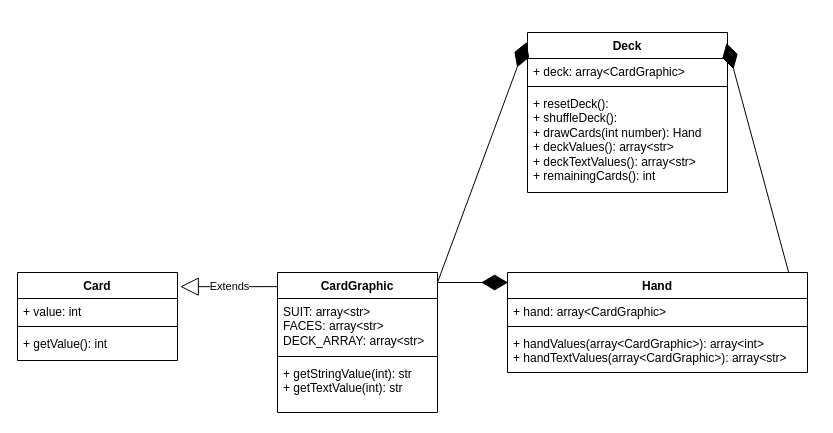
Above: card.drawio in dougherty-dev/mvc (draw.io), before the change. Source tidied: cells renumbered, new cells numbered last; positions are measured from the earlier drawing's top-left corner, leaving out a move shared by most shapes. Both pictures are drawn from the tidied source at 100%, with x=0, y=0 at pixel (17, 32).
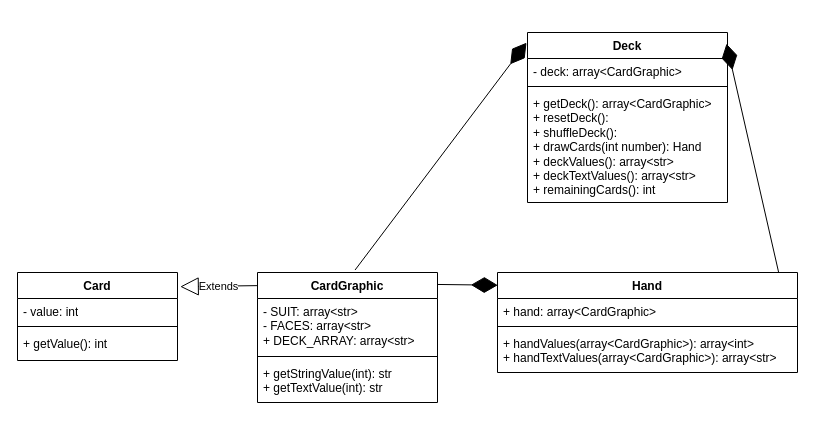
The same diagram, later.

Unchanged cells that the change refers to:
```xml
<mxCell id="2" value="Card" style="swimlane;fontStyle=1;align=center;verticalAlign=top;horizontal=1;startSize=26;whiteSpace=wrap;html=1;" parent="1" vertex="1">
  <mxGeometry y="240" width="160" height="88" as="geometry" />
</mxCell>
```

Change to the diagram source:
```diff
@@
-    <mxCell id="3" value="&lt;div&gt;&lt;span style=&quot;background-color: transparent; color: light-dark(rgb(0, 0, 0), rgb(255, 255, 255));&quot;&gt;+ value: int&lt;/span&gt;&lt;/div&gt;" style="text;strokeColor=none;fillColor=none;align=left;verticalAlign=top;spacingLeft=4;spacingRight=4;overflow=hidden;whiteSpace=wrap;html=1;" parent="2" vertex="1">
-      <mxGeometry y="26" width="160" height="24" as="geometry" />
-    </mxCell>
+    <mxCell id="22" value="&lt;div&gt;&lt;span style=&quot;background-color: transparent; color: light-dark(rgb(0, 0, 0), rgb(255, 255, 255));&quot;&gt;- value: int&lt;/span&gt;&lt;/div&gt;" style="text;strokeColor=none;fillColor=none;align=left;verticalAlign=top;spacingLeft=4;spacingRight=4;overflow=hidden;whiteSpace=wrap;html=1;" parent="2" vertex="1">
+      <mxGeometry y="26" width="160" height="24" as="geometry" />
+    </mxCell>
@@
     <mxCell id="6" value="CardGraphic" style="swimlane;fontStyle=1;align=center;verticalAlign=top;horizontal=1;startSize=26;whiteSpace=wrap;html=1;" parent="1" vertex="1">
-      <mxGeometry x="260" y="240" width="160" height="140" as="geometry" />
+      <mxGeometry x="240" y="240" width="180" height="130" as="geometry" />
     </mxCell>
-    <mxCell id="7" value="SUIT: array&amp;lt;str&amp;gt;&lt;div&gt;FACES: array&amp;lt;str&amp;gt;&lt;/div&gt;&lt;div&gt;DECK_ARRAY: array&amp;lt;str&amp;gt;&lt;/div&gt;" style="text;strokeColor=none;fillColor=none;align=left;verticalAlign=top;spacingLeft=4;spacingRight=4;overflow=hidden;whiteSpace=wrap;html=1;" parent="6" vertex="1">
-      <mxGeometry y="26" width="160" height="54" as="geometry" />
-    </mxCell>
-    <mxCell id="8" style="line;strokeWidth=1;fillColor=none;align=left;verticalAlign=middle;spacingTop=-1;spacingLeft=3;spacingRight=3;labelPosition=right;strokeColor=inherit;" parent="6" vertex="1">
-      <mxGeometry y="80" width="160" height="8" as="geometry" />
-    </mxCell>
+    <mxCell id="23" value="- SUIT: array&amp;lt;str&amp;gt;&lt;div&gt;- FACES: array&amp;lt;str&amp;gt;&lt;/div&gt;&lt;div&gt;+ DECK_ARRAY: array&amp;lt;str&amp;gt;&lt;/div&gt;" style="text;strokeColor=none;fillColor=none;align=left;verticalAlign=top;spacingLeft=4;spacingRight=4;overflow=hidden;whiteSpace=wrap;html=1;" parent="6" vertex="1">
+      <mxGeometry y="26" width="180" height="54" as="geometry" />
+    </mxCell>
+    <mxCell id="24" style="line;strokeWidth=1;fillColor=none;align=left;verticalAlign=middle;spacingTop=-1;spacingLeft=3;spacingRight=3;labelPosition=right;strokeColor=inherit;" parent="6" vertex="1">
+      <mxGeometry y="80" width="180" height="8" as="geometry" />
+    </mxCell>
     <mxCell id="9" value="+ getStringValue(int): str&lt;div&gt;+ getTextValue(int): str&lt;/div&gt;" style="text;strokeColor=none;fillColor=none;align=left;verticalAlign=top;spacingLeft=4;spacingRight=4;overflow=hidden;whiteSpace=wrap;html=1;" parent="6" vertex="1">
-      <mxGeometry y="88" width="160" height="52" as="geometry" />
+      <mxGeometry y="88" width="180" height="42" as="geometry" />
     </mxCell>
     <mxCell id="10" value="Hand" style="swimlane;fontStyle=1;align=center;verticalAlign=top;horizontal=1;startSize=26;whiteSpace=wrap;html=1;" parent="1" vertex="1">
-      <mxGeometry x="490" y="240" width="300" height="100" as="geometry" />
+      <mxGeometry x="480" y="240" width="300" height="100" as="geometry" />
     </mxCell>
@@
-    <mxCell id="14" style="endArrow=diamondThin;endFill=1;endSize=24;html=1;rounded=0;entryX=0.002;entryY=0.1;entryDx=0;entryDy=0;entryPerimeter=0;" parent="1" edge="1" target="10">
-      <mxGeometry relative="1" as="geometry">
-        <mxPoint x="420" y="250" as="sourcePoint" />
-      </mxGeometry>
-    </mxCell>
+    <mxCell id="25" style="endArrow=diamondThin;endFill=1;endSize=24;html=1;rounded=0;exitX=0.998;exitY=0.092;exitDx=0;exitDy=0;exitPerimeter=0;entryX=0.001;entryY=0.127;entryDx=0;entryDy=0;entryPerimeter=0;" parent="1" edge="1" source="6" target="10">
+      <mxGeometry relative="1" as="geometry" />
+    </mxCell>
     <mxCell id="15" value="Deck" style="swimlane;fontStyle=1;align=center;verticalAlign=top;horizontal=1;startSize=26;whiteSpace=wrap;html=1;" parent="1" vertex="1">
-      <mxGeometry x="510" width="200" height="160" as="geometry" />
+      <mxGeometry x="510" width="200" height="170" as="geometry" />
     </mxCell>
-    <mxCell id="16" value="+ deck: array&amp;lt;CardGraphic&amp;gt;" style="text;strokeColor=none;fillColor=none;align=left;verticalAlign=top;spacingLeft=4;spacingRight=4;overflow=hidden;whiteSpace=wrap;html=1;" parent="15" vertex="1">
-      <mxGeometry y="26" width="200" height="24" as="geometry" />
-    </mxCell>
+    <mxCell id="26" value="- deck: array&amp;lt;CardGraphic&amp;gt;" style="text;strokeColor=none;fillColor=none;align=left;verticalAlign=top;spacingLeft=4;spacingRight=4;overflow=hidden;whiteSpace=wrap;html=1;" parent="15" vertex="1">
+      <mxGeometry y="26" width="200" height="24" as="geometry" />
+    </mxCell>
@@
-    <mxCell id="18" value="+ resetDeck():&lt;div&gt;+ shuffleDeck():&lt;/div&gt;&lt;div&gt;+ drawCards(int number): Hand&lt;/div&gt;&lt;div&gt;+ deckValues(): array&amp;lt;str&amp;gt;&lt;/div&gt;&lt;div&gt;+ deckTextValues(): array&amp;lt;str&amp;gt;&lt;/div&gt;&lt;div&gt;+ remainingCards(): int&lt;/div&gt;" style="text;strokeColor=none;fillColor=none;align=left;verticalAlign=top;spacingLeft=4;spacingRight=4;overflow=hidden;whiteSpace=wrap;html=1;" parent="15" vertex="1">
-      <mxGeometry y="58" width="200" height="102" as="geometry" />
-    </mxCell>
-    <mxCell id="19" style="endArrow=diamondThin;endFill=1;endSize=24;html=1;rounded=0;entryX=-0.005;entryY=0.06;entryDx=0;entryDy=0;entryPerimeter=0;" parent="1" edge="1" target="15">
-      <mxGeometry relative="1" as="geometry">
-        <mxPoint x="420" y="250" as="sourcePoint" />
-      </mxGeometry>
-    </mxCell>
+    <mxCell id="27" value="&lt;div&gt;+ getDeck():&amp;nbsp;&lt;span style=&quot;background-color: transparent; color: light-dark(rgb(0, 0, 0), rgb(255, 255, 255));&quot;&gt;array&amp;lt;CardGraphic&amp;gt;&lt;/span&gt;&lt;/div&gt;+ resetDeck():&lt;div&gt;+ shuffleDeck():&lt;/div&gt;&lt;div&gt;+ drawCards(int number): Hand&lt;/div&gt;&lt;div&gt;+ deckValues(): array&amp;lt;str&amp;gt;&lt;/div&gt;&lt;div&gt;+ deckTextValues(): array&amp;lt;str&amp;gt;&lt;/div&gt;&lt;div&gt;+ remainingCards(): int&lt;/div&gt;" style="text;strokeColor=none;fillColor=none;align=left;verticalAlign=top;spacingLeft=4;spacingRight=4;overflow=hidden;whiteSpace=wrap;html=1;" parent="15" vertex="1">
+      <mxGeometry y="58" width="200" height="112" as="geometry" />
+    </mxCell>
+    <mxCell id="28" style="endArrow=diamondThin;endFill=1;endSize=24;html=1;rounded=0;entryX=-0.005;entryY=0.06;entryDx=0;entryDy=0;entryPerimeter=0;exitX=0.542;exitY=-0.019;exitDx=0;exitDy=0;exitPerimeter=0;" parent="1" edge="1" source="6" target="15">
+      <mxGeometry relative="1" as="geometry" />
+    </mxCell>
```
